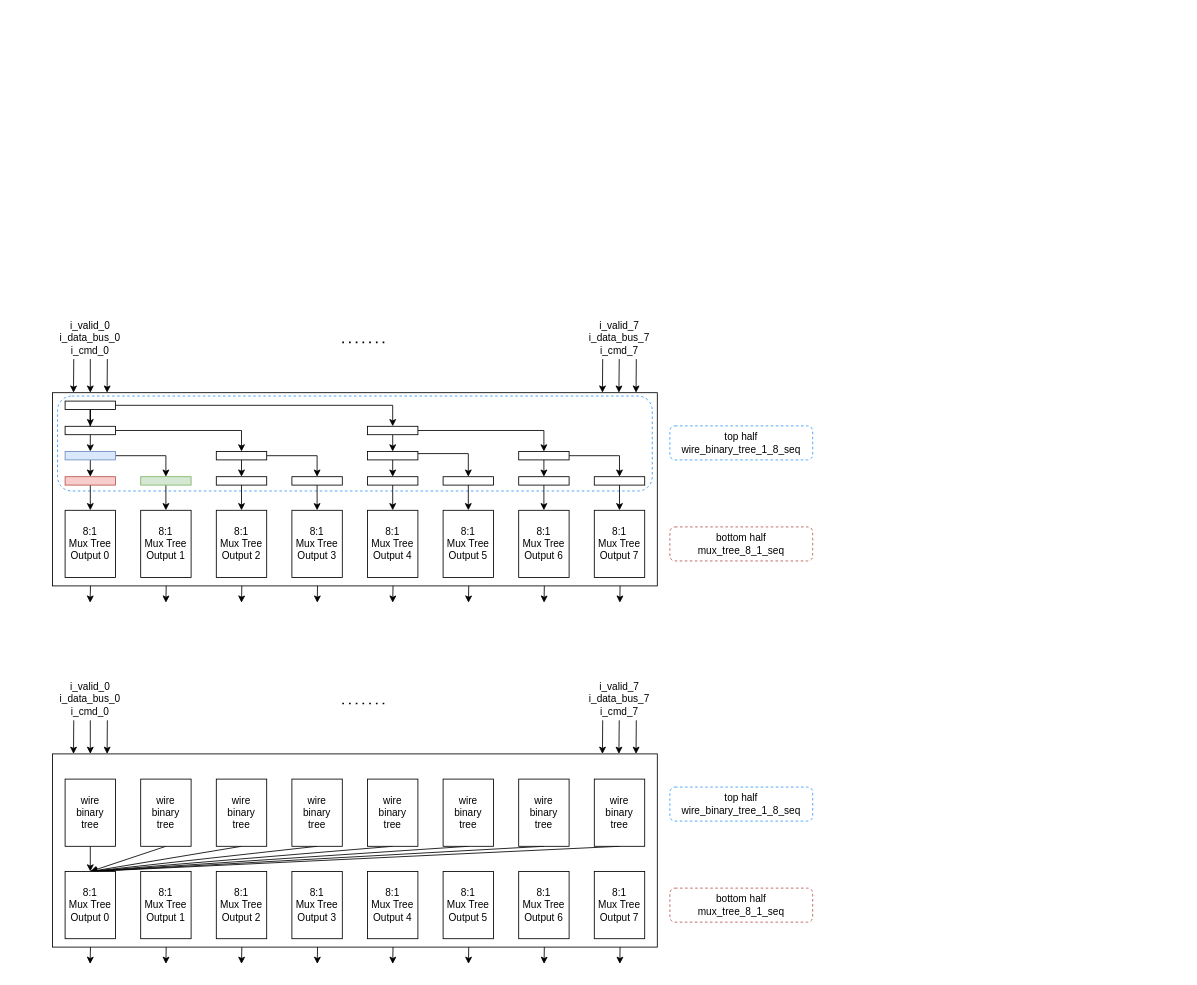
georgia-tech-synergy-lab/AcceleratorNoC keeps this draw.io diagram as presentation/diagram/diagram.drawio. Above is the earlier version. Source tidied: cells renumbered, new cells numbered last; positions are measured from the earlier drawing's top-left corner, leaving out a move shared by most shapes. Both pictures are drawn from the tidied source at 84%, with x=0, y=0 at pixel (52, 317).
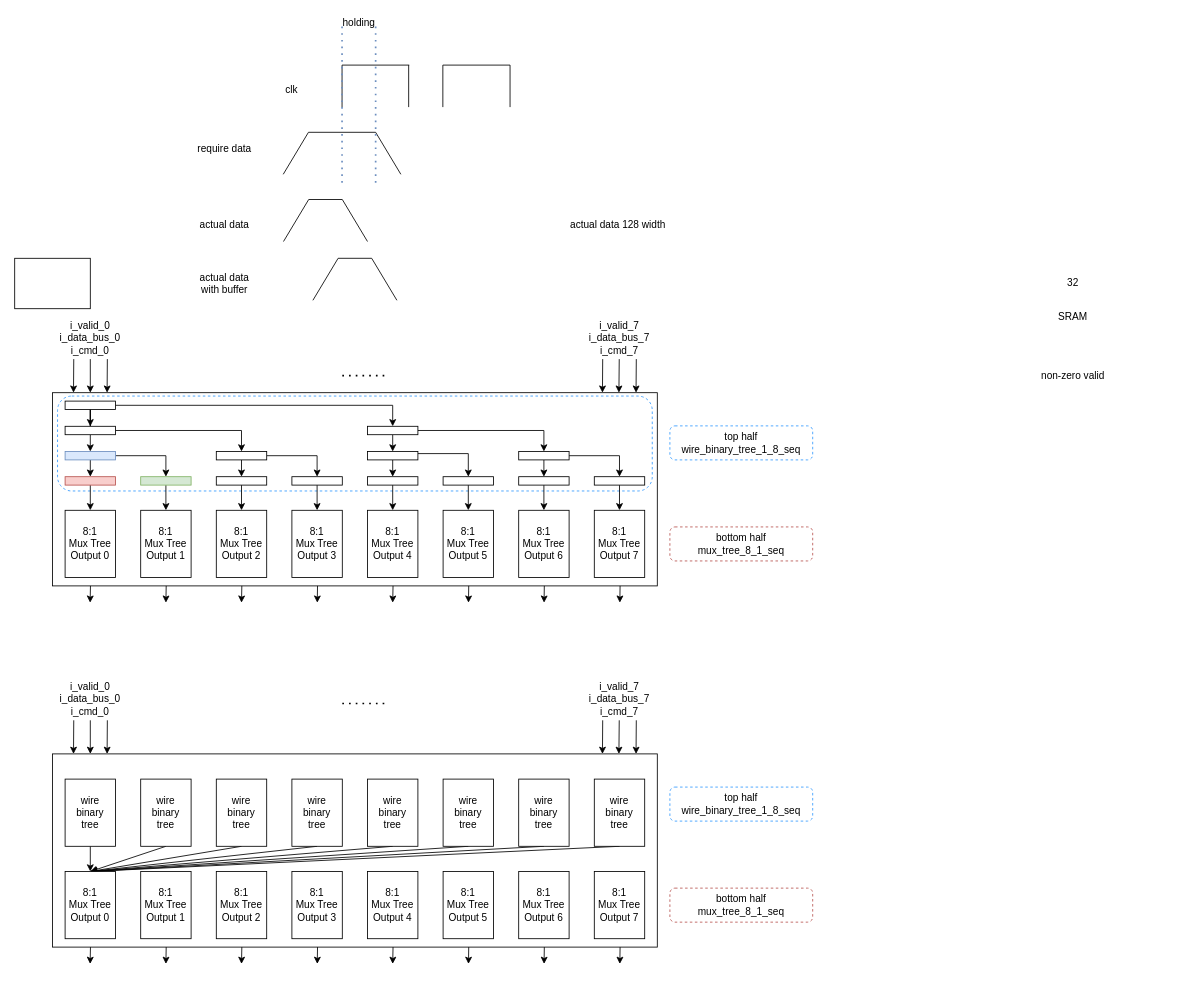
The same page after the edit.

The edit, as a diff of the source:
```diff
@@
     <mxCell id="52" style="endArrow=none;dashed=1;html=1;dashPattern=1 3;strokeWidth=2;" parent="1" edge="1">
       <mxGeometry relative="1" as="geometry">
-        <mxPoint x="345" y="30" as="sourcePoint" />
-        <mxPoint x="395" y="30" as="targetPoint" />
+        <mxPoint x="345" y="69.7" as="sourcePoint" />
+        <mxPoint x="395" y="69.7" as="targetPoint" />
       </mxGeometry>
     </mxCell>
@@
+    <mxCell id="112" value="32" style="text;html=1;strokeColor=none;fillColor=none;align=center;verticalAlign=middle;whiteSpace=wrap;rounded=0;" parent="1" vertex="1">
+      <mxGeometry x="1085" y="-50" width="260" height="20" as="geometry" />
+    </mxCell>
+    <mxCell id="113" value="SRAM" style="text;html=1;strokeColor=none;fillColor=none;align=center;verticalAlign=middle;whiteSpace=wrap;rounded=0;" parent="1" vertex="1">
+      <mxGeometry x="1085" y="-10" width="260" height="20" as="geometry" />
+    </mxCell>
+    <mxCell id="114" value="non-zero valid" style="text;html=1;strokeColor=none;fillColor=none;align=center;verticalAlign=middle;whiteSpace=wrap;rounded=0;" parent="1" vertex="1">
+      <mxGeometry x="1085" y="60" width="260" height="20" as="geometry" />
+    </mxCell>
+    <mxCell id="115" style="rounded=0;whiteSpace=wrap;html=1;" parent="1" vertex="1">
+      <mxGeometry x="-45" y="-70" width="90" height="60" as="geometry" />
+    </mxCell>
+    <mxCell id="116" style="endArrow=none;html=1;" parent="1" edge="1">
+      <mxGeometry relative="1" as="geometry">
+        <mxPoint x="344.7" y="-250" as="sourcePoint" />
+        <mxPoint x="344.7" y="-300" as="targetPoint" />
+      </mxGeometry>
+    </mxCell>
+    <mxCell id="117" style="endArrow=none;html=1;" parent="1" edge="1">
+      <mxGeometry relative="1" as="geometry">
+        <mxPoint x="344.7" y="-300" as="sourcePoint" />
+        <mxPoint x="424.7" y="-300" as="targetPoint" />
+      </mxGeometry>
+    </mxCell>
+    <mxCell id="118" style="endArrow=none;html=1;" parent="1" edge="1">
+      <mxGeometry relative="1" as="geometry">
+        <mxPoint x="424" y="-250" as="sourcePoint" />
+        <mxPoint x="424" y="-300" as="targetPoint" />
+      </mxGeometry>
+    </mxCell>
+    <mxCell id="119" style="endArrow=none;html=1;" parent="1" edge="1">
+      <mxGeometry relative="1" as="geometry">
+        <mxPoint x="464.7" y="-250" as="sourcePoint" />
+        <mxPoint x="464.7" y="-300" as="targetPoint" />
+      </mxGeometry>
+    </mxCell>
+    <mxCell id="120" style="endArrow=none;html=1;" parent="1" edge="1">
+      <mxGeometry relative="1" as="geometry">
+        <mxPoint x="464.7" y="-300" as="sourcePoint" />
+        <mxPoint x="544.7" y="-300" as="targetPoint" />
+      </mxGeometry>
+    </mxCell>
+    <mxCell id="121" style="endArrow=none;html=1;" parent="1" edge="1">
+      <mxGeometry relative="1" as="geometry">
+        <mxPoint x="544.7" y="-250" as="sourcePoint" />
+        <mxPoint x="544.7" y="-300" as="targetPoint" />
+      </mxGeometry>
+    </mxCell>
+    <mxCell id="122" value="clk" style="text;html=1;strokeColor=none;fillColor=none;align=center;verticalAlign=middle;whiteSpace=wrap;rounded=0;" parent="1" vertex="1">
+      <mxGeometry x="264.7" y="-280" width="40" height="20" as="geometry" />
+    </mxCell>
+    <mxCell id="123" style="endArrow=none;html=1;" parent="1" edge="1">
+      <mxGeometry relative="1" as="geometry">
+        <mxPoint x="274.7" y="-170" as="sourcePoint" />
+        <mxPoint x="304.7" y="-220" as="targetPoint" />
+      </mxGeometry>
+    </mxCell>
+    <mxCell id="124" style="endArrow=none;html=1;" parent="1" edge="1">
+      <mxGeometry relative="1" as="geometry">
+        <mxPoint x="304.7" y="-220" as="sourcePoint" />
+        <mxPoint x="384.7" y="-220" as="targetPoint" />
+      </mxGeometry>
+    </mxCell>
+    <mxCell id="125" style="endArrow=none;html=1;" parent="1" edge="1">
+      <mxGeometry relative="1" as="geometry">
+        <mxPoint x="414.7" y="-170" as="sourcePoint" />
+        <mxPoint x="384.7" y="-220" as="targetPoint" />
+      </mxGeometry>
+    </mxCell>
+    <mxCell id="126" style="endArrow=none;dashed=1;html=1;dashPattern=1 3;strokeWidth=2;fillColor=#dae8fc;strokeColor=#6c8ebf;" parent="1" edge="1">
+      <mxGeometry relative="1" as="geometry">
+        <mxPoint x="384.7" y="-160" as="sourcePoint" />
+        <mxPoint x="384.7" y="-350" as="targetPoint" />
+      </mxGeometry>
+    </mxCell>
+    <mxCell id="127" style="endArrow=none;dashed=1;html=1;dashPattern=1 3;strokeWidth=2;fillColor=#dae8fc;strokeColor=#6c8ebf;" parent="1" edge="1">
+      <mxGeometry relative="1" as="geometry">
+        <mxPoint x="344.7" y="-160" as="sourcePoint" />
+        <mxPoint x="344.7" y="-350" as="targetPoint" />
+      </mxGeometry>
+    </mxCell>
+    <mxCell id="128" value="holding" style="text;html=1;strokeColor=none;fillColor=none;align=center;verticalAlign=middle;whiteSpace=wrap;rounded=0;" parent="1" vertex="1">
+      <mxGeometry x="344.7" y="-360" width="40" height="20" as="geometry" />
+    </mxCell>
+    <mxCell id="129" style="endArrow=none;html=1;" parent="1" edge="1">
+      <mxGeometry relative="1" as="geometry">
+        <mxPoint x="275" y="-90" as="sourcePoint" />
+        <mxPoint x="305" y="-140" as="targetPoint" />
+      </mxGeometry>
+    </mxCell>
+    <mxCell id="130" style="endArrow=none;html=1;" parent="1" edge="1">
+      <mxGeometry relative="1" as="geometry">
+        <mxPoint x="305" y="-140" as="sourcePoint" />
+        <mxPoint x="345" y="-140" as="targetPoint" />
+      </mxGeometry>
+    </mxCell>
+    <mxCell id="131" style="endArrow=none;html=1;" parent="1" edge="1">
+      <mxGeometry relative="1" as="geometry">
+        <mxPoint x="375" y="-90" as="sourcePoint" />
+        <mxPoint x="345" y="-140" as="targetPoint" />
+      </mxGeometry>
+    </mxCell>
+    <mxCell id="132" value="require data" style="text;html=1;strokeColor=none;fillColor=none;align=center;verticalAlign=middle;whiteSpace=wrap;rounded=0;" parent="1" vertex="1">
+      <mxGeometry x="165" y="-210" width="80" height="20" as="geometry" />
+    </mxCell>
+    <mxCell id="133" value="actual data" style="text;html=1;strokeColor=none;fillColor=none;align=center;verticalAlign=middle;whiteSpace=wrap;rounded=0;" parent="1" vertex="1">
+      <mxGeometry x="165" y="-120" width="80" height="20" as="geometry" />
+    </mxCell>
+    <mxCell id="134" style="endArrow=none;html=1;" parent="1" edge="1">
+      <mxGeometry relative="1" as="geometry">
+        <mxPoint x="310" y="-20" as="sourcePoint" />
+        <mxPoint x="340" y="-70" as="targetPoint" />
+      </mxGeometry>
+    </mxCell>
+    <mxCell id="135" style="endArrow=none;html=1;" parent="1" edge="1">
+      <mxGeometry relative="1" as="geometry">
+        <mxPoint x="340" y="-70" as="sourcePoint" />
+        <mxPoint x="380" y="-70" as="targetPoint" />
+      </mxGeometry>
+    </mxCell>
+    <mxCell id="136" style="endArrow=none;html=1;" parent="1" edge="1">
+      <mxGeometry relative="1" as="geometry">
+        <mxPoint x="410" y="-20" as="sourcePoint" />
+        <mxPoint x="380" y="-70" as="targetPoint" />
+      </mxGeometry>
+    </mxCell>
+    <mxCell id="137" value="actual data with buffer" style="text;html=1;strokeColor=none;fillColor=none;align=center;verticalAlign=middle;whiteSpace=wrap;rounded=0;" parent="1" vertex="1">
+      <mxGeometry x="165" y="-50" width="80" height="20" as="geometry" />
+    </mxCell>
+    <mxCell id="138" value="actual data 128 width&amp;nbsp;" style="text;html=1;strokeColor=none;fillColor=none;align=center;verticalAlign=middle;whiteSpace=wrap;rounded=0;" parent="1" vertex="1">
+      <mxGeometry x="555" y="-120" width="240" height="20" as="geometry" />
+    </mxCell>
```
